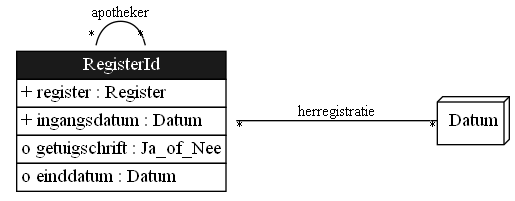
Before: docs/images/RelationsInPatternApotheker.png, a diagram exported from Graphviz (gedelaar/BIG). Its source is kept beside it as docs/images/RelationsInPatternApotheker.gv.
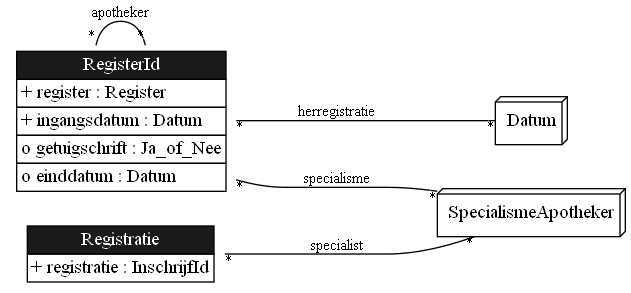
After the commit.

What changed in the source:
```diff
@@ -21,4 +21,19 @@
 		label=herregistratie,
 		labelfloat=true,
 		taillabel="*"];
+	SpecialismeApotheker	[label=SpecialismeApotheker,
+		shape=box3d];
+	RegisterId:specialisme -> SpecialismeApotheker	[arrowhead=onone,
+		headlabel="*",
+		label=specialisme,
+		labelfloat=true,
+		taillabel="*"];
+	Registratie	[color=purple,
+		label=<<TABLE BGCOLOR="white" COLOR="black" BORDER="0" CELLBORDER="1" CELLSPACING="0"><TR><TD BGCOLOR="gray10" COLOR="black"><FONT COLOR="white">Registratie</FONT></TD></TR><TR><TD ALIGN="LEFT" PORT="registratie">+ registratie : InschrijfId</TD></TR></TABLE>>,
+		shape=plaintext];
+	Registratie:specialist -> SpecialismeApotheker	[arrowhead=onone,
+		headlabel="*",
+		label=specialist,
+		labelfloat=true,
+		taillabel="*"];
 }
```
